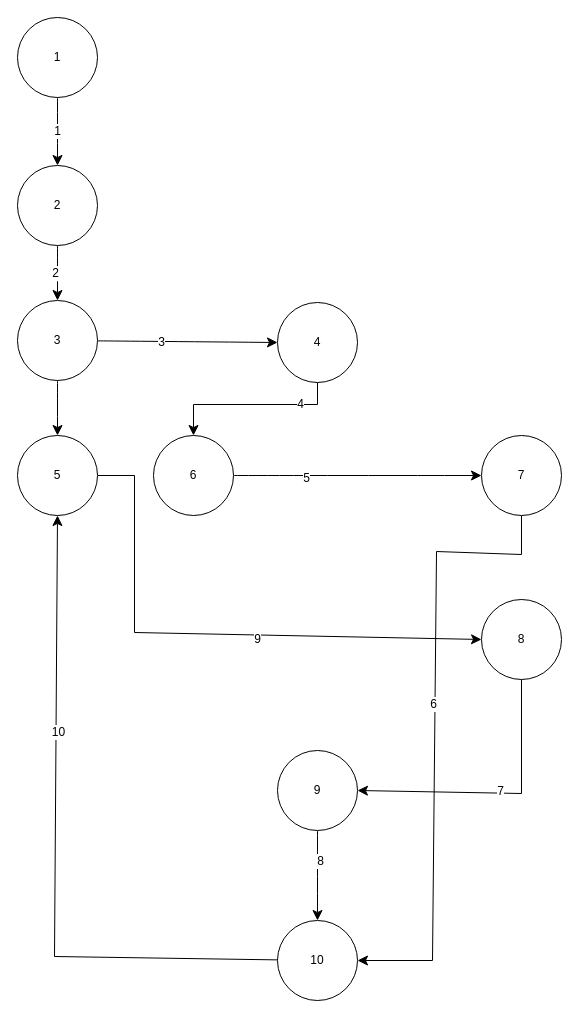
Before: page "Login register" (2 of 5) of white box.drawio in AmirRazer/DrawIoErd, a draw.io diagram. Source tidied: cells renumbered, new cells numbered last; positions are measured from the earlier drawing's top-left corner, leaving out a move shared by most shapes. Both pictures are drawn from the tidied source at 100%, with x=0, y=0 at pixel (17, 17).
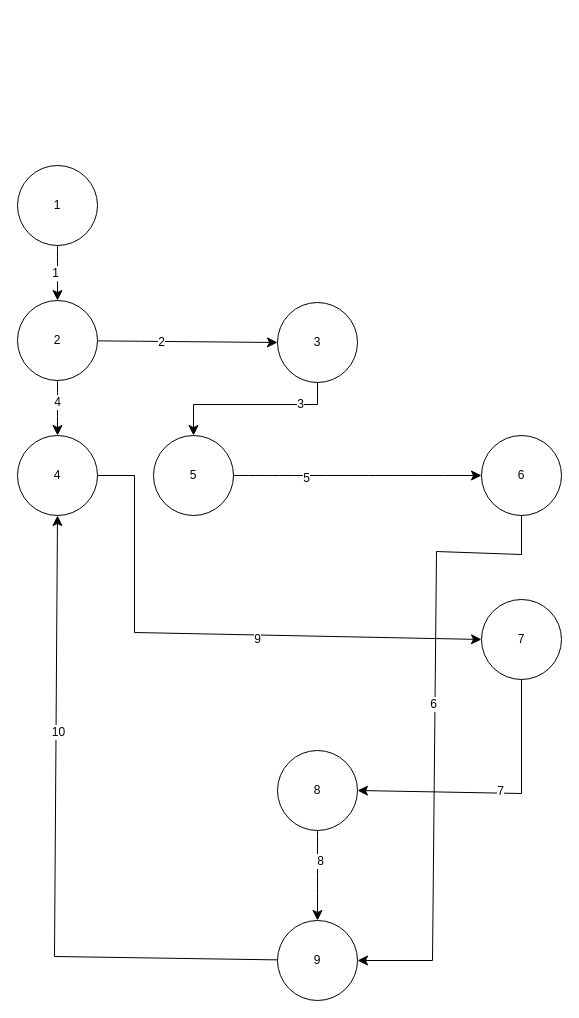
The same page after the edit.

Unchanged cells that the change refers to:
```xml
<mxCell id="5" style="edgeStyle=none;curved=1;rounded=0;jettySize=auto;html=1;fontSize=12;startSize=8;endSize=8;" parent="1" edge="1" source="7" target="11">
  <mxGeometry relative="1" as="geometry" />
</mxCell>
<mxCell id="8" style="edgeStyle=none;curved=1;rounded=0;jettySize=auto;html=1;fontSize=12;startSize=8;endSize=8;" parent="1" edge="1" source="11" target="20">
  <mxGeometry relative="1" as="geometry" />
</mxCell>
<mxCell id="9" style="edgeStyle=none;curved=1;rounded=0;jettySize=auto;html=1;entryX=0;entryY=0.5;entryDx=0;entryDy=0;fontSize=12;startSize=8;endSize=8;" parent="1" edge="1" source="11" target="14">
  <mxGeometry relative="1" as="geometry" />
</mxCell>
<mxCell id="12" style="edgeStyle=none;curved=0;rounded=0;jettySize=auto;html=1;entryX=0.5;entryY=0;entryDx=0;entryDy=0;fontSize=12;startSize=8;endSize=8;" parent="1" edge="1" source="14" target="17">
  <mxGeometry relative="1" as="geometry">
    <Array as="points">
      <mxPoint x="300" y="387" />
      <mxPoint x="176" y="387" />
    </Array>
  </mxGeometry>
</mxCell>
```

Diff of the diagram source:
```diff
@@
-    <mxCell id="2" style="edgeStyle=none;curved=1;rounded=0;jettySize=auto;html=1;fontSize=12;startSize=8;endSize=8;" parent="1" edge="1" source="4" target="7">
-      <mxGeometry relative="1" as="geometry" />
-    </mxCell>
-    <mxCell id="3" value="1" style="edgeLabel;html=1;align=center;verticalAlign=middle;fontSize=12;" parent="2" vertex="1">
-      <mxGeometry x="-0.02" y="-1" relative="1" as="geometry" />
-    </mxCell>
-    <mxCell id="4" value="1" style="ellipse;whiteSpace=wrap;html=1;" parent="1" vertex="1">
-      <mxGeometry width="80" height="80" as="geometry" />
-    </mxCell>
@@
-    <mxCell id="6" value="2" style="edgeLabel;html=1;align=center;verticalAlign=middle;fontSize=12;" parent="5" vertex="1">
+    <mxCell id="6" value="1" style="edgeLabel;html=1;align=center;verticalAlign=middle;fontSize=12;" parent="5" vertex="1">
       <mxGeometry x="0.01" y="-3" relative="1" as="geometry">
         <mxPoint y="-1" as="offset" />
       </mxGeometry>
     </mxCell>
-    <mxCell id="7" value="2" style="ellipse;whiteSpace=wrap;html=1;" parent="1" vertex="1">
+    <mxCell id="7" value="1" style="ellipse;whiteSpace=wrap;html=1;" parent="1" vertex="1">
       <mxGeometry y="148" width="80" height="80" as="geometry" />
     </mxCell>
@@
+    <mxCell id="33" value="4" style="edgeLabel;html=1;align=center;verticalAlign=middle;fontSize=12;" parent="8" vertex="1">
+      <mxGeometry x="-0.22" y="-1" relative="1" as="geometry" />
+    </mxCell>
@@
-    <mxCell id="10" value="3" style="edgeLabel;html=1;align=center;verticalAlign=middle;fontSize=12;" parent="9" vertex="1">
+    <mxCell id="10" value="2" style="edgeLabel;html=1;align=center;verticalAlign=middle;fontSize=12;" parent="9" vertex="1">
       <mxGeometry x="-0.29" y="-1" relative="1" as="geometry" />
     </mxCell>
-    <mxCell id="11" value="3" style="ellipse;whiteSpace=wrap;html=1;" parent="1" vertex="1">
+    <mxCell id="11" value="2" style="ellipse;whiteSpace=wrap;html=1;" parent="1" vertex="1">
       <mxGeometry y="283" width="80" height="80" as="geometry" />
     </mxCell>
@@
-    <mxCell id="13" value="4" style="edgeLabel;html=1;align=center;verticalAlign=middle;fontSize=12;" parent="12" vertex="1">
+    <mxCell id="13" value="3" style="edgeLabel;html=1;align=center;verticalAlign=middle;fontSize=12;" parent="12" vertex="1">
       <mxGeometry x="-0.55" y="-1" relative="1" as="geometry" />
     </mxCell>
-    <mxCell id="14" value="4" style="ellipse;whiteSpace=wrap;html=1;" parent="1" vertex="1">
+    <mxCell id="14" value="3" style="ellipse;whiteSpace=wrap;html=1;" parent="1" vertex="1">
       <mxGeometry x="260" y="285" width="80" height="80" as="geometry" />
     </mxCell>
@@
-    <mxCell id="17" value="6" style="ellipse;whiteSpace=wrap;html=1;" parent="1" vertex="1">
+    <mxCell id="17" value="5" style="ellipse;whiteSpace=wrap;html=1;" parent="1" vertex="1">
       <mxGeometry x="136" y="418" width="80" height="80" as="geometry" />
     </mxCell>
@@
-    <mxCell id="20" value="5" style="ellipse;whiteSpace=wrap;html=1;" parent="1" vertex="1">
+    <mxCell id="20" value="4" style="ellipse;whiteSpace=wrap;html=1;" parent="1" vertex="1">
       <mxGeometry y="418" width="80" height="80" as="geometry" />
     </mxCell>
@@
-    <mxCell id="23" value="7" style="ellipse;whiteSpace=wrap;html=1;" parent="1" vertex="1">
+    <mxCell id="23" value="6" style="ellipse;whiteSpace=wrap;html=1;" parent="1" vertex="1">
       <mxGeometry x="464" y="418" width="80" height="80" as="geometry" />
     </mxCell>
@@
-    <mxCell id="26" value="8" style="ellipse;whiteSpace=wrap;html=1;" parent="1" vertex="1">
+    <mxCell id="26" value="7" style="ellipse;whiteSpace=wrap;html=1;" parent="1" vertex="1">
       <mxGeometry x="464" y="582" width="80" height="80" as="geometry" />
     </mxCell>
@@
-    <mxCell id="29" value="9" style="ellipse;whiteSpace=wrap;html=1;" parent="1" vertex="1">
+    <mxCell id="29" value="8" style="ellipse;whiteSpace=wrap;html=1;" parent="1" vertex="1">
       <mxGeometry x="260" y="733" width="80" height="80" as="geometry" />
     </mxCell>
@@
-    <mxCell id="32" value="10" style="ellipse;whiteSpace=wrap;html=1;" parent="1" vertex="1">
+    <mxCell id="32" value="9" style="ellipse;whiteSpace=wrap;html=1;" parent="1" vertex="1">
       <mxGeometry x="260" y="903" width="80" height="80" as="geometry" />
     </mxCell>
```
